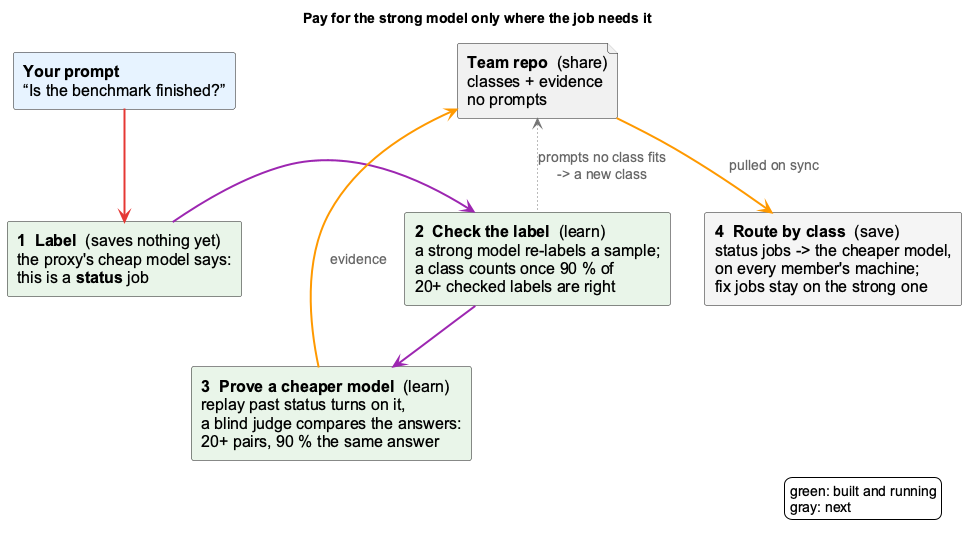
fwornle/coding keeps this PlantUML diagram as docs/images/job-class-at-a-glance.png. Above is the earlier version. The source it was exported from:
```plantuml
@startuml job-class-at-a-glance
!include _standard-style.puml
skinparam defaultFontSize 16
skinparam componentFontSize 16
skinparam arrowFontSize 14
skinparam shadowing false
skinparam componentStyle rectangle
hide stereotype
title Pay for the strong model only where the job needs it

component "**Your prompt**\n“Is the benchmark finished?”" as turn <<agent>>
component "**1  Label**  (saves nothing yet)\nthe proxy's cheap model says:\nthis is a **status** job" as label <<core>>
component "**2  Check the label**  (learn)\na strong model re-labels a sample;\na class counts once 90 % of\n20+ checked labels are right" as check <<core>>
component "**3  Prove a cheaper model**  (learn)\nreplay past status turns on it,\na blind judge compares the answers:\n20+ pairs, 90 % the same answer" as prove <<core>>
file "**Team repo**  (share)\nclasses + evidence\nno prompts" as repo <<storage>>
component "**4  Route by class**  (save)\nstatus jobs -> the cheaper model,\non every member's machine;\nfix jobs stay on the strong one" as route <<external>>

turn -[#E53935,thickness=2]down-> label
label -[#9C27B0,thickness=2]right-> check
check -[#9C27B0,thickness=2]down-> prove
prove -[#FF9800,thickness=2]left-> repo : evidence
repo -[#FF9800,thickness=2]down-> route : pulled on sync
check -[#757575,thickness=1,dotted]up-> repo : prompts no class fits\n-> a new class

legend right
  green: built and running
  gray: next
endlegend
@enduml
```
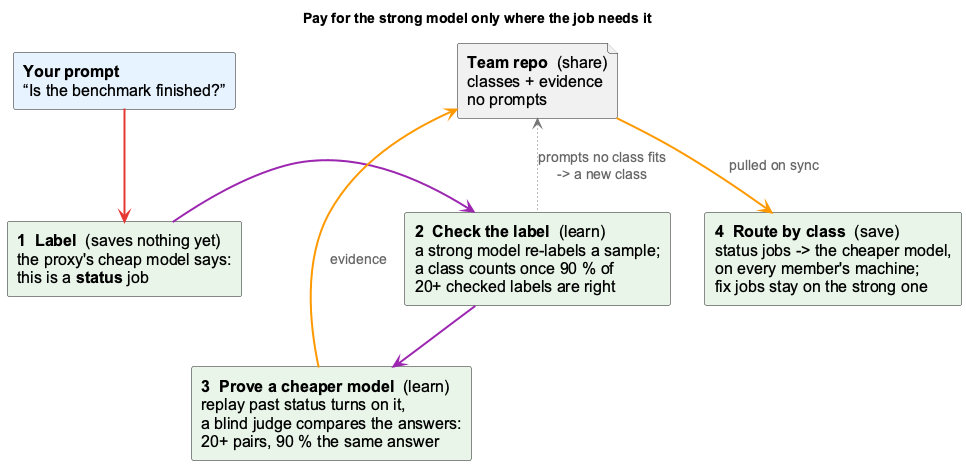
After the commit.

Commit message:
docs(job-classes): routing by class is built — the proxy's class floor

Diff of the diagram source:
```diff
@@ -13,7 +13,7 @@
 component "**2  Check the label**  (learn)\na strong model re-labels a sample;\na class counts once 90 % of\n20+ checked labels are right" as check <<core>>
 component "**3  Prove a cheaper model**  (learn)\nreplay past status turns on it,\na blind judge compares the answers:\n20+ pairs, 90 % the same answer" as prove <<core>>
 file "**Team repo**  (share)\nclasses + evidence\nno prompts" as repo <<storage>>
-component "**4  Route by class**  (save)\nstatus jobs -> the cheaper model,\non every member's machine;\nfix jobs stay on the strong one" as route <<external>>
+component "**4  Route by class**  (save)\nstatus jobs -> the cheaper model,\non every member's machine;\nfix jobs stay on the strong one" as route <<core>>
 
 turn -[#E53935,thickness=2]down-> label
 label -[#9C27B0,thickness=2]right-> check
@@ -22,8 +22,4 @@
 repo -[#FF9800,thickness=2]down-> route : pulled on sync
 check -[#757575,thickness=1,dotted]up-> repo : prompts no class fits\n-> a new class
 
-legend right
-  green: built and running
-  gray: next
-endlegend
 @enduml
```
